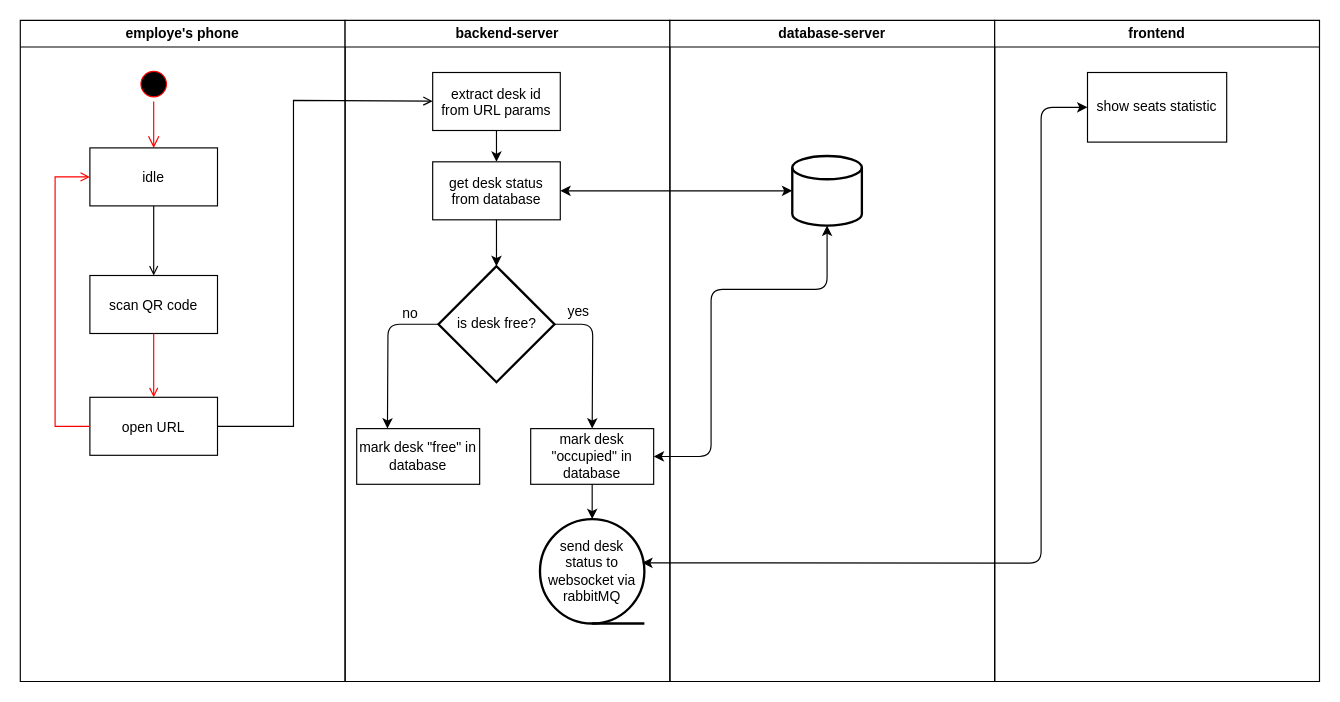
Hunkizzz/project-zebra-diagrams keeps this draw.io diagram as general-diagram.drawio. Above is the earlier version. Source tidied: cells renumbered, new cells numbered last; positions are measured from the earlier drawing's top-left corner, leaving out a move shared by most shapes. Both pictures are drawn from the tidied source at 116%, with x=0, y=0 at pixel (20, 20).
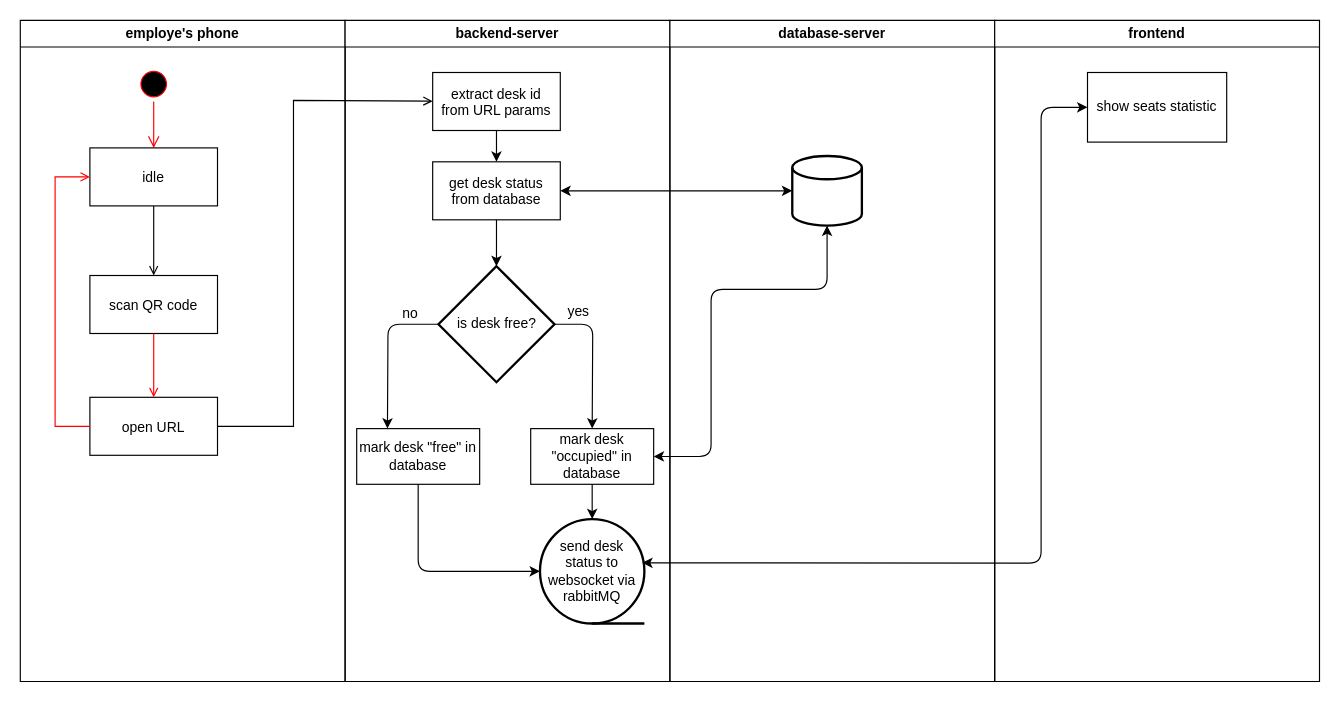
Above is the later version.

The change refers to these unchanged cells:
```xml
<mxCell id="11" value="backend-server" style="swimlane;whiteSpace=wrap;" parent="1" vertex="1">
  <mxGeometry x="280" width="280" height="570" as="geometry" />
</mxCell>
<mxCell id="23" value="&lt;span style=&quot;white-space: normal&quot;&gt;send desk status to websocket via rabbitMQ&lt;/span&gt;" style="strokeWidth=2;html=1;shape=mxgraph.flowchart.sequential_data;whiteSpace=wrap;" parent="11" vertex="1">
  <mxGeometry x="168" y="430" width="90" height="90" as="geometry" />
</mxCell>
<mxCell id="24" value="mark desk &quot;free&quot; in database" style="rounded=0;whiteSpace=wrap;html=1;" parent="11" vertex="1">
  <mxGeometry x="10" y="352" width="106" height="48" as="geometry" />
</mxCell>
```

What changed in the source:
```diff
@@
+    <mxCell id="33" style="endArrow=classic;html=1;strokeColor=#000000;exitX=0.5;exitY=1;exitDx=0;exitDy=0;entryX=0;entryY=0.5;entryDx=0;entryDy=0;entryPerimeter=0;" parent="11" edge="1" source="24" target="23">
+      <mxGeometry relative="1" as="geometry">
+        <Array as="points">
+          <mxPoint x="63" y="475" />
+        </Array>
+      </mxGeometry>
+    </mxCell>
```
